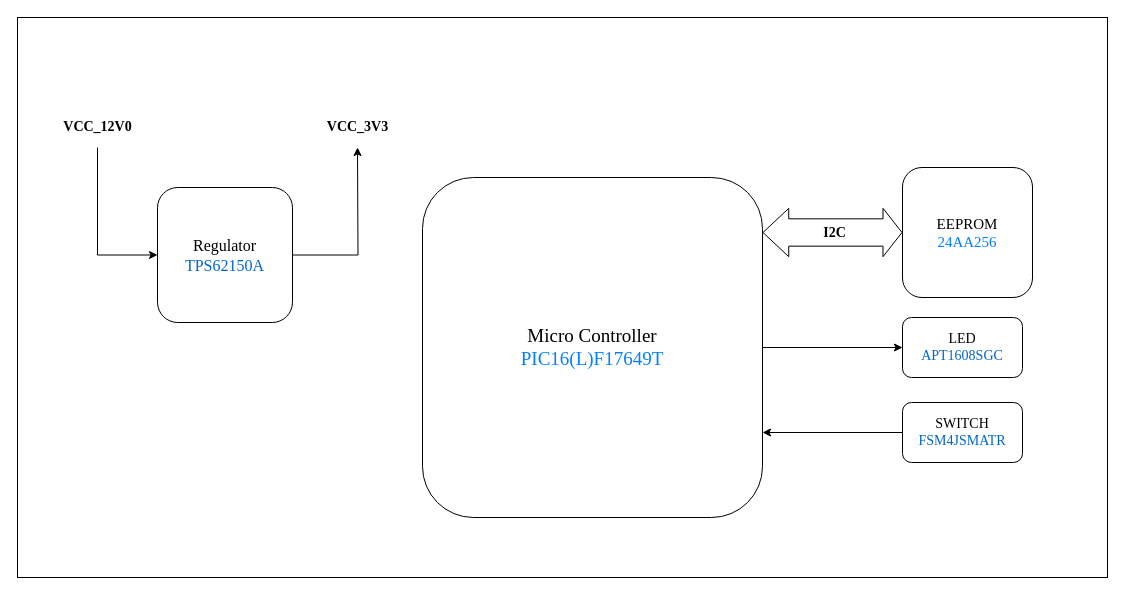
Above: page "Page-1" (1 of 5) of Untitled Diagram.drawio in francis-job/BLOCK_DIAGRAMS (draw.io), before the change. Source tidied: cells renumbered, new cells numbered last; positions are measured from the earlier drawing's top-left corner, leaving out a move shared by most shapes. Both pictures are drawn from the tidied source at 100%, with x=0, y=0 at pixel (17, 17).
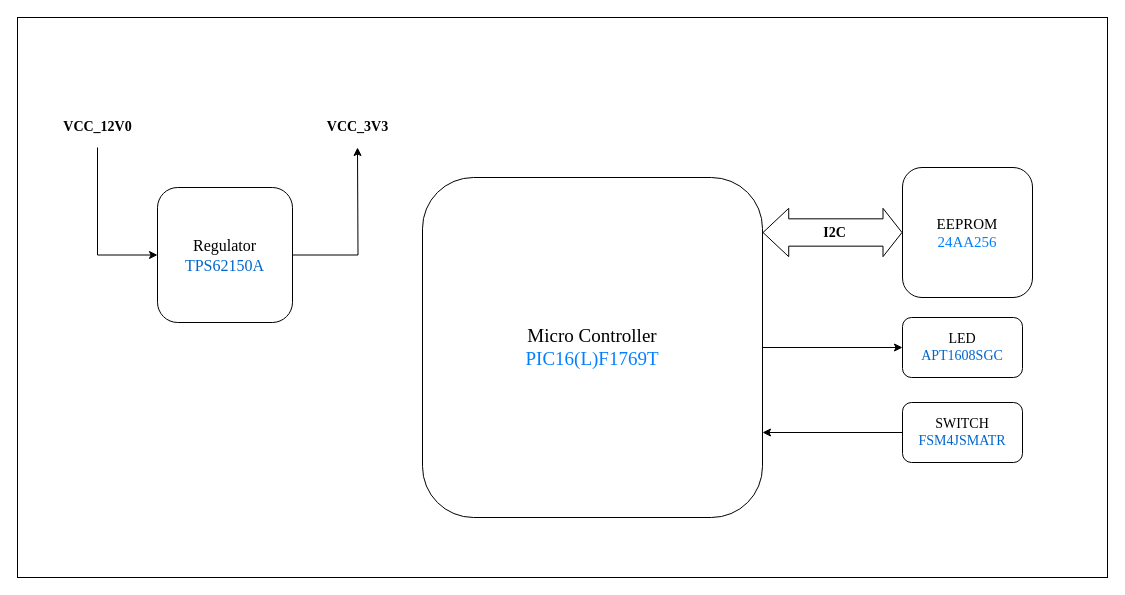
Above is the later version.

Diff of the diagram source:
```diff
@@
 <mxGraphModel>
   <root>
     <mxCell id="0" />
     <mxCell id="1" parent="0" />
     <mxCell id="2" style="rounded=0;whiteSpace=wrap;html=1;" parent="1" vertex="1">
       <mxGeometry width="1090" height="560" as="geometry" />
     </mxCell>
     <mxCell id="3" style="edgeStyle=orthogonalEdgeStyle;rounded=0;jettySize=auto;html=1;exitX=1;exitY=0.5;exitDx=0;exitDy=0;entryX=0;entryY=0.5;entryDx=0;entryDy=0;" parent="1" edge="1" source="5" target="9">
       <mxGeometry relative="1" as="geometry" />
     </mxCell>
     <mxCell id="4" style="edgeStyle=orthogonalEdgeStyle;rounded=0;jettySize=auto;html=1;exitX=0;exitY=0.5;exitDx=0;exitDy=0;entryX=1;entryY=0.75;entryDx=0;entryDy=0;" parent="1" edge="1" source="10" target="5">
       <mxGeometry relative="1" as="geometry" />
     </mxCell>
-    <mxCell id="5" value="&lt;font face=&quot;Times New Roman&quot; style=&quot;font-size: 19px&quot;&gt;Micro Controller&lt;br&gt;&lt;font color=&quot;#007fff&quot; style=&quot;font-size: 19px&quot;&gt;PIC16(L)F17649T&lt;/font&gt;&lt;/font&gt;" style="whiteSpace=wrap;html=1;rounded=1;" parent="1" vertex="1">
+    <mxCell id="5" value="&lt;font face=&quot;Times New Roman&quot; style=&quot;font-size: 19px&quot;&gt;Micro Controller&lt;br&gt;&lt;font color=&quot;#007fff&quot; style=&quot;font-size: 19px&quot;&gt;PIC16(L)F1769T&lt;/font&gt;&lt;/font&gt;" style="whiteSpace=wrap;html=1;rounded=1;" parent="1" vertex="1">
       <mxGeometry x="405" y="160" width="340" height="340" as="geometry" />
     </mxCell>
     <mxCell id="6" value="&lt;font face=&quot;Times New Roman&quot; style=&quot;font-size: 15px&quot;&gt;EEPROM&lt;br&gt;&lt;font color=&quot;#007fff&quot; style=&quot;font-size: 15px&quot;&gt;24AA256&lt;/font&gt;&lt;/font&gt;" style="whiteSpace=wrap;html=1;rounded=1;" parent="1" vertex="1">
       <mxGeometry x="885" y="150" width="130" height="130" as="geometry" />
     </mxCell>
     <mxCell id="7" style="shape=flexArrow;endArrow=classic;startArrow=classic;html=1;exitX=1;exitY=0.25;exitDx=0;exitDy=0;width=27.333333333333332;startSize=8.243333333333334;" parent="1" edge="1" target="6">
       <mxGeometry relative="1" as="geometry">
         <mxPoint x="745" y="215" as="sourcePoint" />
       </mxGeometry>
     </mxCell>
     <mxCell id="8" value="&lt;font face=&quot;Times New Roman&quot; size=&quot;1&quot;&gt;&lt;b style=&quot;font-size: 14px&quot;&gt;I2C&lt;/b&gt;&lt;/font&gt;" style="edgeLabel;html=1;align=center;verticalAlign=middle;" parent="7" vertex="1">
       <mxGeometry x="-0.22" y="-1" relative="1" as="geometry">
         <mxPoint x="16" y="-1" as="offset" />
       </mxGeometry>
     </mxCell>
     <mxCell id="9" value="&lt;font face=&quot;Times New Roman&quot; style=&quot;font-size: 14px&quot;&gt;LED&lt;br&gt;&lt;font color=&quot;#0066cc&quot; style=&quot;font-size: 14px&quot;&gt;APT1608SGC&lt;/font&gt;&lt;/font&gt;" style="rounded=1;whiteSpace=wrap;html=1;" parent="1" vertex="1">
       <mxGeometry x="885" y="300" width="120" height="60" as="geometry" />
     </mxCell>
     <mxCell id="10" value="&lt;font face=&quot;Times New Roman&quot;&gt;&lt;span style=&quot;font-size: 14px&quot;&gt;SWITCH&lt;br&gt;&lt;font color=&quot;#0066cc&quot;&gt;FSM4JSMATR&lt;/font&gt;&lt;br&gt;&lt;/span&gt;&lt;/font&gt;" style="rounded=1;whiteSpace=wrap;html=1;" parent="1" vertex="1">
       <mxGeometry x="885" y="385" width="120" height="60" as="geometry" />
     </mxCell>
     <mxCell id="11" style="edgeStyle=orthogonalEdgeStyle;rounded=0;jettySize=auto;html=1;exitX=0;exitY=0.5;exitDx=0;exitDy=0;entryX=0;entryY=0.5;entryDx=0;entryDy=0;" parent="1" edge="1" target="13">
       <mxGeometry relative="1" as="geometry">
         <mxPoint x="80" y="130" as="sourcePoint" />
         <Array as="points">
           <mxPoint x="80" y="238" />
         </Array>
       </mxGeometry>
     </mxCell>
     <mxCell id="12" style="edgeStyle=orthogonalEdgeStyle;rounded=0;jettySize=auto;html=1;exitX=1;exitY=0.5;exitDx=0;exitDy=0;" parent="1" edge="1" source="13">
       <mxGeometry relative="1" as="geometry">
         <mxPoint x="340" y="130" as="targetPoint" />
       </mxGeometry>
     </mxCell>
     <mxCell id="13" value="&lt;font face=&quot;Times New Roman&quot; style=&quot;font-size: 16px&quot;&gt;Regulator&lt;br&gt;&lt;font color=&quot;#0066cc&quot; style=&quot;font-size: 16px&quot;&gt;TPS62150A&lt;/font&gt;&lt;/font&gt;" style="whiteSpace=wrap;html=1;rounded=1;" parent="1" vertex="1">
       <mxGeometry x="140" y="170" width="135" height="135" as="geometry" />
     </mxCell>
     <mxCell id="14" value="&lt;font face=&quot;Times New Roman&quot; size=&quot;1&quot;&gt;&lt;b style=&quot;font-size: 14px&quot;&gt;VCC_12V0&lt;/b&gt;&lt;/font&gt;" style="text;html=1;align=center;verticalAlign=middle;" parent="1" vertex="1">
       <mxGeometry x="40" y="100" width="80" height="20" as="geometry" />
     </mxCell>
     <mxCell id="15" value="&lt;font face=&quot;Times New Roman&quot; size=&quot;1&quot;&gt;&lt;b style=&quot;font-size: 14px&quot;&gt;VCC_3V3&lt;/b&gt;&lt;/font&gt;" style="text;html=1;align=center;verticalAlign=middle;" parent="1" vertex="1">
       <mxGeometry x="300" y="100" width="80" height="20" as="geometry" />
     </mxCell>
   </root>
 </mxGraphModel>
```
